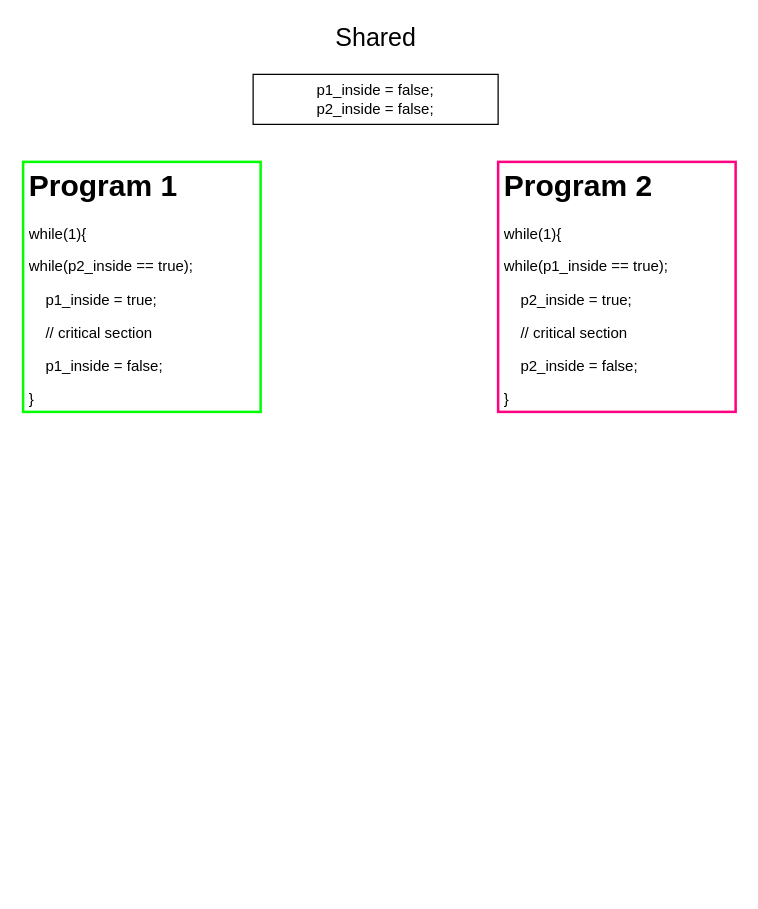
Earlier version of the draw.io diagram software-solution2.drawio (estraining/diagram-store). Source tidied: cells renumbered, new cells numbered last; positions are measured from the earlier drawing's top-left corner, leaving out a move shared by most shapes. Both pictures are drawn from the tidied source at 125%, with x=0, y=0 at pixel (22, 24).
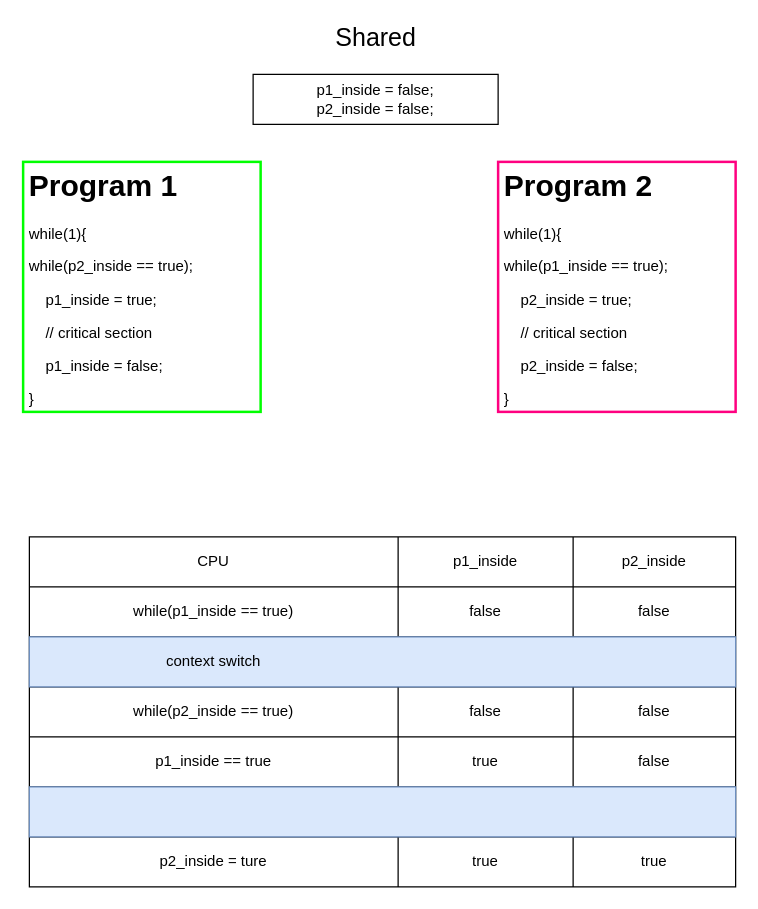
After the change.

Change to the diagram source:
```diff
@@
+    <mxCell id="6" style="shape=table;html=1;whiteSpace=wrap;startSize=0;childLayout=tableLayout;" parent="1" vertex="1">
+      <mxGeometry x="5" y="410" width="565" height="280" as="geometry" />
+    </mxCell>
+    <mxCell id="7" style="shape=partialRectangle;html=1;whiteSpace=wrap;fillColor=none;top=0;left=0;bottom=0;right=0;" parent="6" vertex="1">
+      <mxGeometry width="565" height="40" as="geometry" />
+    </mxCell>
+    <mxCell id="8" value="CPU" style="shape=partialRectangle;html=1;whiteSpace=wrap;overflow=hidden;fillColor=none;top=0;left=0;bottom=0;right=0;" parent="7" vertex="1">
+      <mxGeometry width="295" height="40" as="geometry" />
+    </mxCell>
+    <mxCell id="9" value="p1_inside" style="shape=partialRectangle;html=1;whiteSpace=wrap;overflow=hidden;fillColor=none;top=0;left=0;bottom=0;right=0;" parent="7" vertex="1">
+      <mxGeometry x="295" width="140" height="40" as="geometry" />
+    </mxCell>
+    <mxCell id="10" value="p2_inside" style="shape=partialRectangle;html=1;whiteSpace=wrap;overflow=hidden;fillColor=none;top=0;left=0;bottom=0;right=0;" parent="7" vertex="1">
+      <mxGeometry x="435" width="130" height="40" as="geometry" />
+    </mxCell>
+    <mxCell id="11" style="shape=partialRectangle;html=1;whiteSpace=wrap;fillColor=none;top=0;left=0;bottom=0;right=0;" parent="6" vertex="1">
+      <mxGeometry y="40" width="565" height="40" as="geometry" />
+    </mxCell>
+    <mxCell id="12" value="while(p1_inside == true)" style="shape=partialRectangle;html=1;whiteSpace=wrap;overflow=hidden;fillColor=none;top=0;left=0;bottom=0;right=0;" parent="11" vertex="1">
+      <mxGeometry width="295" height="40" as="geometry" />
+    </mxCell>
+    <mxCell id="13" value="false" style="shape=partialRectangle;html=1;whiteSpace=wrap;overflow=hidden;fillColor=none;top=0;left=0;bottom=0;right=0;" parent="11" vertex="1">
+      <mxGeometry x="295" width="140" height="40" as="geometry" />
+    </mxCell>
+    <mxCell id="14" value="false" style="shape=partialRectangle;html=1;whiteSpace=wrap;overflow=hidden;fillColor=none;top=0;left=0;bottom=0;right=0;" parent="11" vertex="1">
+      <mxGeometry x="435" width="130" height="40" as="geometry" />
+    </mxCell>
+    <mxCell id="15" style="shape=partialRectangle;html=1;whiteSpace=wrap;fillColor=none;top=0;left=0;bottom=0;right=0;" parent="6" vertex="1">
+      <mxGeometry y="80" width="565" height="40" as="geometry" />
+    </mxCell>
+    <mxCell id="16" style="group;fillColor=#dae8fc;strokeColor=#6c8ebf;" parent="15" vertex="1">
+      <mxGeometry width="565" height="40" as="geometry" />
+    </mxCell>
+    <mxCell id="17" value="context switch" style="shape=partialRectangle;html=1;whiteSpace=wrap;overflow=hidden;fillColor=none;top=0;left=0;bottom=0;right=0;" parent="16" vertex="1">
+      <mxGeometry width="295" height="40" as="geometry" />
+    </mxCell>
+    <mxCell id="18" style="shape=partialRectangle;html=1;whiteSpace=wrap;overflow=hidden;fillColor=none;top=0;left=0;bottom=0;right=0;" parent="16" vertex="1">
+      <mxGeometry x="435" width="130" height="40" as="geometry" />
+    </mxCell>
+    <mxCell id="19" style="shape=partialRectangle;html=1;whiteSpace=wrap;fillColor=none;top=0;left=0;bottom=0;right=0;" parent="6" vertex="1">
+      <mxGeometry y="120" width="565" height="40" as="geometry" />
+    </mxCell>
+    <mxCell id="20" value="while(p2_inside == true)" style="shape=partialRectangle;html=1;whiteSpace=wrap;overflow=hidden;fillColor=none;top=0;left=0;bottom=0;right=0;" parent="19" vertex="1">
+      <mxGeometry width="295" height="40" as="geometry" />
+    </mxCell>
+    <mxCell id="21" value="false" style="shape=partialRectangle;html=1;whiteSpace=wrap;overflow=hidden;fillColor=none;top=0;left=0;bottom=0;right=0;" parent="19" vertex="1">
+      <mxGeometry x="295" width="140" height="40" as="geometry" />
+    </mxCell>
+    <mxCell id="22" value="false" style="shape=partialRectangle;html=1;whiteSpace=wrap;overflow=hidden;fillColor=none;top=0;left=0;bottom=0;right=0;" parent="19" vertex="1">
+      <mxGeometry x="435" width="130" height="40" as="geometry" />
+    </mxCell>
+    <mxCell id="23" style="shape=partialRectangle;html=1;whiteSpace=wrap;fillColor=none;top=0;left=0;bottom=0;right=0;" parent="6" vertex="1">
+      <mxGeometry y="160" width="565" height="40" as="geometry" />
+    </mxCell>
+    <mxCell id="24" value="p1_inside == true" style="shape=partialRectangle;html=1;whiteSpace=wrap;overflow=hidden;fillColor=none;top=0;left=0;bottom=0;right=0;" parent="23" vertex="1">
+      <mxGeometry width="295" height="40" as="geometry" />
+    </mxCell>
+    <mxCell id="25" value="true" style="shape=partialRectangle;html=1;whiteSpace=wrap;overflow=hidden;fillColor=none;top=0;left=0;bottom=0;right=0;" parent="23" vertex="1">
+      <mxGeometry x="295" width="140" height="40" as="geometry" />
+    </mxCell>
+    <mxCell id="26" value="false" style="shape=partialRectangle;html=1;whiteSpace=wrap;overflow=hidden;fillColor=none;top=0;left=0;bottom=0;right=0;" parent="23" vertex="1">
+      <mxGeometry x="435" width="130" height="40" as="geometry" />
+    </mxCell>
+    <mxCell id="27" style="shape=partialRectangle;html=1;whiteSpace=wrap;fillColor=none;top=0;left=0;bottom=0;right=0;" parent="6" vertex="1">
+      <mxGeometry y="200" width="565" height="40" as="geometry" />
+    </mxCell>
+    <mxCell id="28" style="group;fillColor=#dae8fc;strokeColor=#6c8ebf;" parent="27" vertex="1">
+      <mxGeometry width="565" height="40" as="geometry" />
+    </mxCell>
+    <mxCell id="29" style="shape=partialRectangle;html=1;whiteSpace=wrap;overflow=hidden;fillColor=none;top=0;left=0;bottom=0;right=0;" parent="28" vertex="1">
+      <mxGeometry width="295" height="40" as="geometry" />
+    </mxCell>
+    <mxCell id="30" style="shape=partialRectangle;html=1;whiteSpace=wrap;overflow=hidden;fillColor=none;top=0;left=0;bottom=0;right=0;" parent="28" vertex="1">
+      <mxGeometry x="295" width="140" height="40" as="geometry" />
+    </mxCell>
+    <mxCell id="31" style="shape=partialRectangle;html=1;whiteSpace=wrap;overflow=hidden;fillColor=none;top=0;left=0;bottom=0;right=0;" parent="28" vertex="1">
+      <mxGeometry x="435" width="130" height="40" as="geometry" />
+    </mxCell>
+    <mxCell id="32" style="shape=partialRectangle;html=1;whiteSpace=wrap;fillColor=none;top=0;left=0;bottom=0;right=0;" parent="6" vertex="1">
+      <mxGeometry y="240" width="565" height="40" as="geometry" />
+    </mxCell>
+    <mxCell id="33" value="p2_inside = ture" style="shape=partialRectangle;html=1;whiteSpace=wrap;overflow=hidden;fillColor=none;top=0;left=0;bottom=0;right=0;" parent="32" vertex="1">
+      <mxGeometry width="295" height="40" as="geometry" />
+    </mxCell>
+    <mxCell id="34" value="true" style="shape=partialRectangle;html=1;whiteSpace=wrap;overflow=hidden;fillColor=none;top=0;left=0;bottom=0;right=0;" parent="32" vertex="1">
+      <mxGeometry x="295" width="140" height="40" as="geometry" />
+    </mxCell>
+    <mxCell id="35" value="true" style="shape=partialRectangle;html=1;whiteSpace=wrap;overflow=hidden;fillColor=none;top=0;left=0;bottom=0;right=0;" parent="32" vertex="1">
+      <mxGeometry x="435" width="130" height="40" as="geometry" />
+    </mxCell>
```
